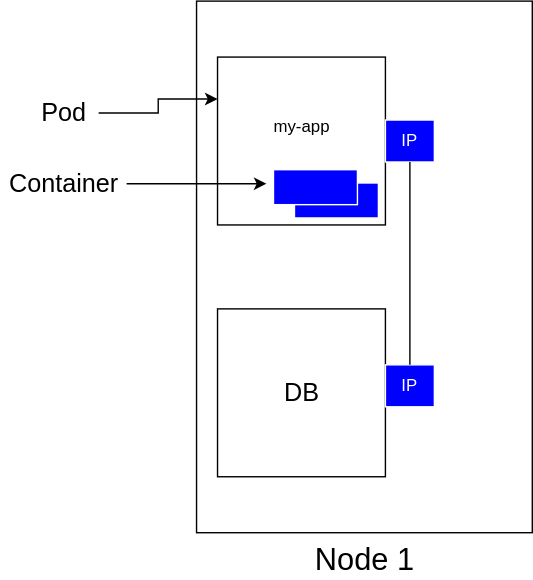
Before: asciidocs-slides/images/Kubernetes-Pod.svg, a diagram exported from draw.io (BachlChrisi/kubernetes-presentation). Source tidied: cells renumbered, new cells last; positions are measured from the earlier drawing's top-left corner, leaving out a move shared by most shapes. Its diagram source:
```xml
<mxGraphModel>
  <root>
    <mxCell id="0" />
    <mxCell id="1" parent="0" />
    <mxCell id="2" style="rounded=0;whiteSpace=wrap;html=1;" parent="1" vertex="1">
      <mxGeometry x="140" width="240" height="380" as="geometry" />
    </mxCell>
    <mxCell id="3" value="&lt;font style=&quot;font-size: 22px&quot;&gt;Node 1&lt;/font&gt;" style="text;html=1;align=center;verticalAlign=middle;" parent="1" vertex="1">
      <mxGeometry x="215" y="390" width="90" height="20" as="geometry" />
    </mxCell>
    <mxCell id="4" style="rounded=0;whiteSpace=wrap;html=1;" parent="1" vertex="1">
      <mxGeometry x="155" y="220" width="120" height="120" as="geometry" />
    </mxCell>
    <mxCell id="5" style="rounded=0;whiteSpace=wrap;html=1;" parent="1" vertex="1">
      <mxGeometry x="155" y="40" width="120" height="120" as="geometry" />
    </mxCell>
    <mxCell id="6" style="edgeStyle=orthogonalEdgeStyle;rounded=0;jettySize=auto;html=1;entryX=0;entryY=0.25;entryDx=0;entryDy=0;" parent="1" edge="1" source="7" target="5">
      <mxGeometry relative="1" as="geometry" />
    </mxCell>
    <mxCell id="7" value="&lt;font style=&quot;font-size: 18px&quot;&gt;Pod&lt;/font&gt;" style="text;html=1;align=center;verticalAlign=middle;points=[];" parent="1" vertex="1">
      <mxGeometry x="20" y="70" width="50" height="20" as="geometry" />
    </mxCell>
    <mxCell id="8" value="my-app" style="text;html=1;align=center;verticalAlign=middle;" parent="1" vertex="1">
      <mxGeometry x="185" y="80" width="60" height="20" as="geometry" />
    </mxCell>
    <mxCell id="9" style="edgeStyle=orthogonalEdgeStyle;rounded=0;jettySize=auto;html=1;" parent="1" edge="1" source="10">
      <mxGeometry relative="1" as="geometry">
        <mxPoint x="190" y="130.5" as="targetPoint" />
      </mxGeometry>
    </mxCell>
    <mxCell id="10" value="&lt;font style=&quot;font-size: 18px&quot;&gt;Container&lt;/font&gt;" style="text;html=1;align=center;verticalAlign=middle;points=[];" parent="1" vertex="1">
      <mxGeometry y="120.5" width="90" height="20" as="geometry" />
    </mxCell>
    <mxCell id="11" value="&lt;font style=&quot;font-size: 18px&quot;&gt;DB&lt;/font&gt;" style="text;html=1;align=center;verticalAlign=middle;" parent="1" vertex="1">
      <mxGeometry x="195" y="270" width="40" height="20" as="geometry" />
    </mxCell>
    <mxCell id="12" value="&lt;font color=&quot;#ffffff&quot;&gt;IP&lt;/font&gt;" style="rounded=0;whiteSpace=wrap;html=1;fillColor=#0000FF;strokeColor=#FFFFFF;" parent="1" vertex="1">
      <mxGeometry x="275" y="260" width="35" height="30" as="geometry" />
    </mxCell>
    <mxCell id="13" value="&lt;font color=&quot;#ffffff&quot;&gt;IP&lt;/font&gt;" style="rounded=0;whiteSpace=wrap;html=1;fillColor=#0000FF;strokeColor=#FFFFFF;" parent="1" vertex="1">
      <mxGeometry x="275" y="85" width="35" height="30" as="geometry" />
    </mxCell>
    <mxCell id="14" style="endArrow=none;html=1;entryX=0.5;entryY=1;entryDx=0;entryDy=0;exitX=0.5;exitY=0;exitDx=0;exitDy=0;" parent="1" edge="1" source="12" target="13">
      <mxGeometry relative="1" as="geometry" />
    </mxCell>
    <mxCell id="15" style="rounded=0;whiteSpace=wrap;html=1;strokeColor=#FFFFFF;fillColor=#0000FF;" parent="1" vertex="1">
      <mxGeometry x="210" y="130" width="60" height="25" as="geometry" />
    </mxCell>
    <mxCell id="16" style="rounded=0;whiteSpace=wrap;html=1;strokeColor=#FFFFFF;fillColor=#0000FF;" parent="1" vertex="1">
      <mxGeometry x="195" y="120.5" width="60" height="25" as="geometry" />
    </mxCell>
  </root>
</mxGraphModel>
```
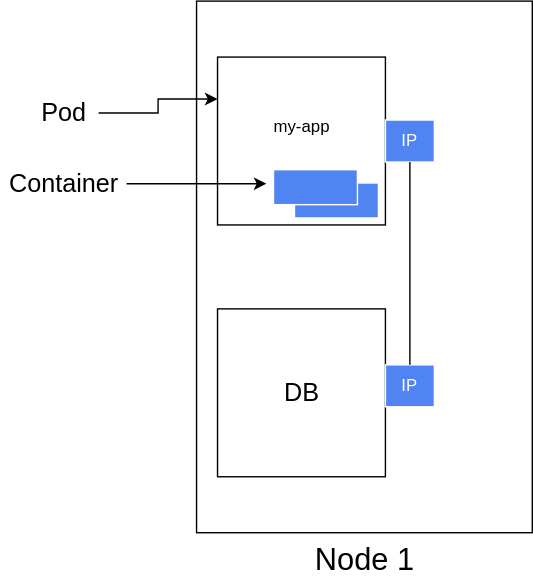
The same file after the commit.

What changed in the source:
```diff
@@ -34,19 +34,19 @@
     <mxCell id="11" value="&lt;font style=&quot;font-size: 18px&quot;&gt;DB&lt;/font&gt;" style="text;html=1;align=center;verticalAlign=middle;" parent="1" vertex="1">
       <mxGeometry x="195" y="270" width="40" height="20" as="geometry" />
     </mxCell>
-    <mxCell id="12" value="&lt;font color=&quot;#ffffff&quot;&gt;IP&lt;/font&gt;" style="rounded=0;whiteSpace=wrap;html=1;fillColor=#0000FF;strokeColor=#FFFFFF;" parent="1" vertex="1">
+    <mxCell id="12" value="&lt;font color=&quot;#ffffff&quot;&gt;IP&lt;/font&gt;" style="rounded=0;whiteSpace=wrap;html=1;strokeColor=#FFFFFF;fillColor=#5184F3;" parent="1" vertex="1">
       <mxGeometry x="275" y="260" width="35" height="30" as="geometry" />
     </mxCell>
-    <mxCell id="13" value="&lt;font color=&quot;#ffffff&quot;&gt;IP&lt;/font&gt;" style="rounded=0;whiteSpace=wrap;html=1;fillColor=#0000FF;strokeColor=#FFFFFF;" parent="1" vertex="1">
+    <mxCell id="13" value="&lt;font color=&quot;#ffffff&quot;&gt;IP&lt;/font&gt;" style="rounded=0;whiteSpace=wrap;html=1;strokeColor=#FFFFFF;fillColor=#5184F3;" parent="1" vertex="1">
       <mxGeometry x="275" y="85" width="35" height="30" as="geometry" />
     </mxCell>
     <mxCell id="14" style="endArrow=none;html=1;entryX=0.5;entryY=1;entryDx=0;entryDy=0;exitX=0.5;exitY=0;exitDx=0;exitDy=0;" parent="1" edge="1" source="12" target="13">
       <mxGeometry relative="1" as="geometry" />
     </mxCell>
-    <mxCell id="15" style="rounded=0;whiteSpace=wrap;html=1;strokeColor=#FFFFFF;fillColor=#0000FF;" parent="1" vertex="1">
+    <mxCell id="15" style="rounded=0;whiteSpace=wrap;html=1;strokeColor=#FFFFFF;fillColor=#5184F3;" parent="1" vertex="1">
       <mxGeometry x="210" y="130" width="60" height="25" as="geometry" />
     </mxCell>
-    <mxCell id="16" style="rounded=0;whiteSpace=wrap;html=1;strokeColor=#FFFFFF;fillColor=#0000FF;" parent="1" vertex="1">
+    <mxCell id="16" style="rounded=0;whiteSpace=wrap;html=1;strokeColor=#FFFFFF;fillColor=#5184F3;" parent="1" vertex="1">
       <mxGeometry x="195" y="120.5" width="60" height="25" as="geometry" />
     </mxCell>
   </root>
```
